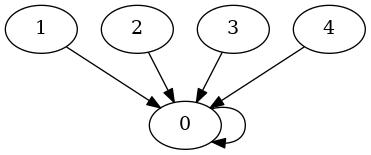
lochambeno/ZZ1_Labyrinthe keeps this Graphviz diagram as a_structure/partition/img/partition.png. Above is the earlier version. Its source is kept beside it as a_structure/partition/file/partition.dot. Source of this version:
```dot
digraph Partition {
	0 -> 0;
	1 -> 0;
	2 -> 0;
	3 -> 0;
	4 -> 0;
}
```
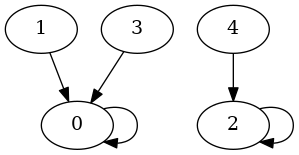
After the commit.

The edit, as a diff of the source:
```diff
@@ -1,7 +1,7 @@
 digraph Partition {
 	0 -> 0;
 	1 -> 0;
-	2 -> 0;
+	2 -> 2;
 	3 -> 0;
-	4 -> 0;
+	4 -> 2;
 }
```
